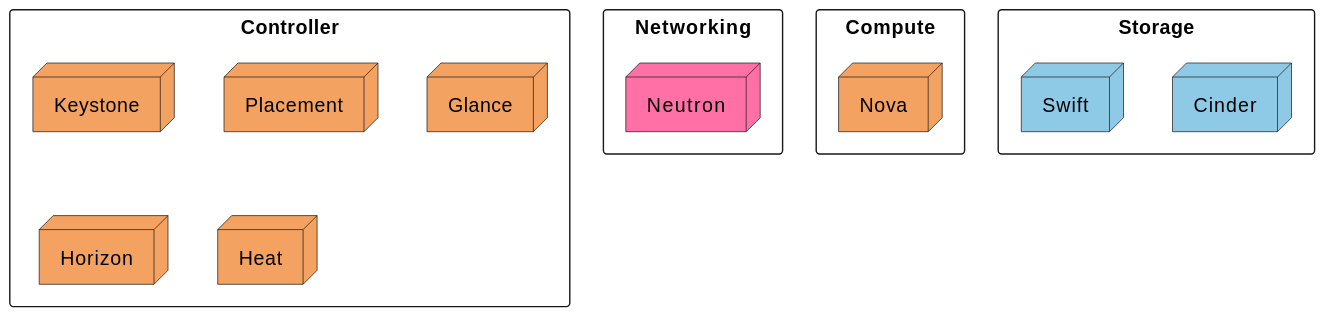
greppers/greppers.github.io keeps this PlantUML diagram as assets/images/arch.svg. Above is the earlier version.
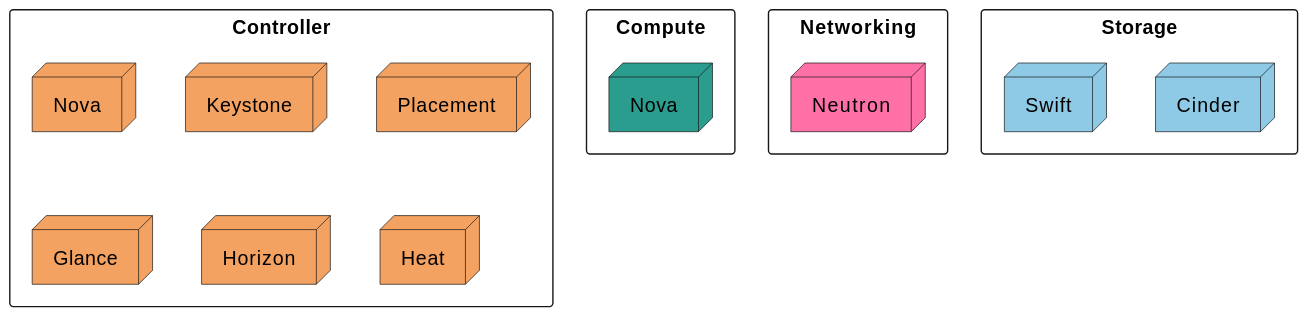
After the change.

The edit, as a diff of the source:
```diff
@@ -2,21 +2,21 @@
 skinparam BackgroundColor transparent
 skinparam componentStyle rectangle
 
-component Networking {
-	node Neutron   #ff70a6
+component Controller {
+	node Nova as N1 #f4a261
+	node Keystone   #f4a261
+	node Placement  #f4a261
+	node Glance     #f4a261
+	node Horizon    #f4a261
+	node Heat       #f4a261
 }
 
 component Compute {
-	node Nova
+	node Nova as N2 #2a9d8f
 }
 
-component Controller {
-	node Nova      #f4a261
-	node Keystone  #f4a261
-	node Placement #f4a261
-	node Glance    #f4a261
-	node Horizon   #f4a261
-	node Heat      #f4a261
+component Networking {
+	node Neutron   #ff70a6
 }
 
 component Storage {
```
